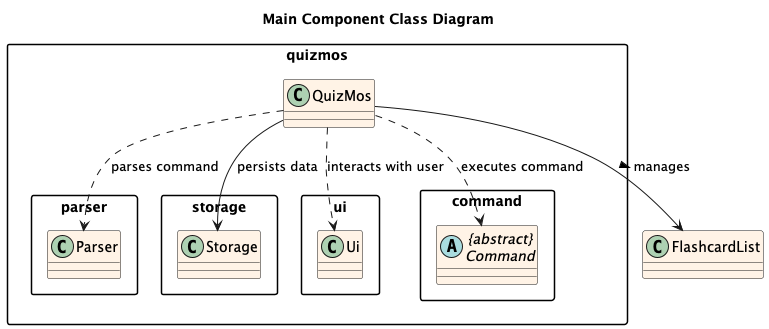
Before: docs/images/MainComponent_ClassDiagram.png, a diagram exported from PlantUML (ashutoshalung/tp).
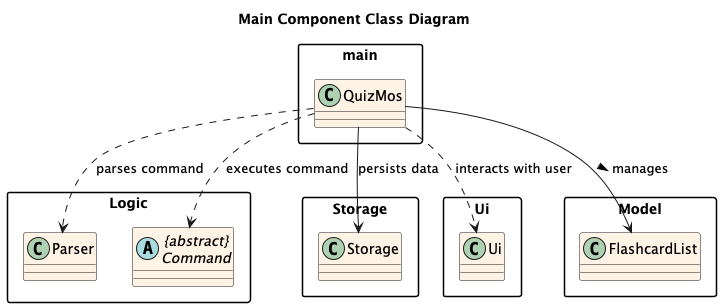
Later version of the same file.

Diff of the diagram source:
```diff
@@ -7,30 +7,31 @@
 skinparam packageStyle rectangle
 skinparam shadowing false
 
-package "quizmos" {
+package "main" {
     class QuizMos
 }
 
-package "quizmos.parser" {
+package "Logic" {
     class Parser
+    abstract class "{abstract}\nCommand" as Command
 }
 
-package "quizmos.storage" {
+package "Storage" {
     class Storage
 }
 
-package "quizmos.ui" {
+package "Ui" {
     class Ui
 }
 
-package "quizmos.command" {
-    abstract class "{abstract}\nCommand" as Command
+package "Model" {
+    class FlashcardList
 }
 
 QuizMos --> FlashcardList : manages >
 QuizMos ..> Parser : parses command
 QuizMos ..> Command : executes command
-QuizMos --> Storage : persists data
-QuizMos ..> Ui : interacts with user
+QuizMos --> Storage.Storage : persists data
+QuizMos ..> Ui.Ui : interacts with user
 
 @enduml
```
